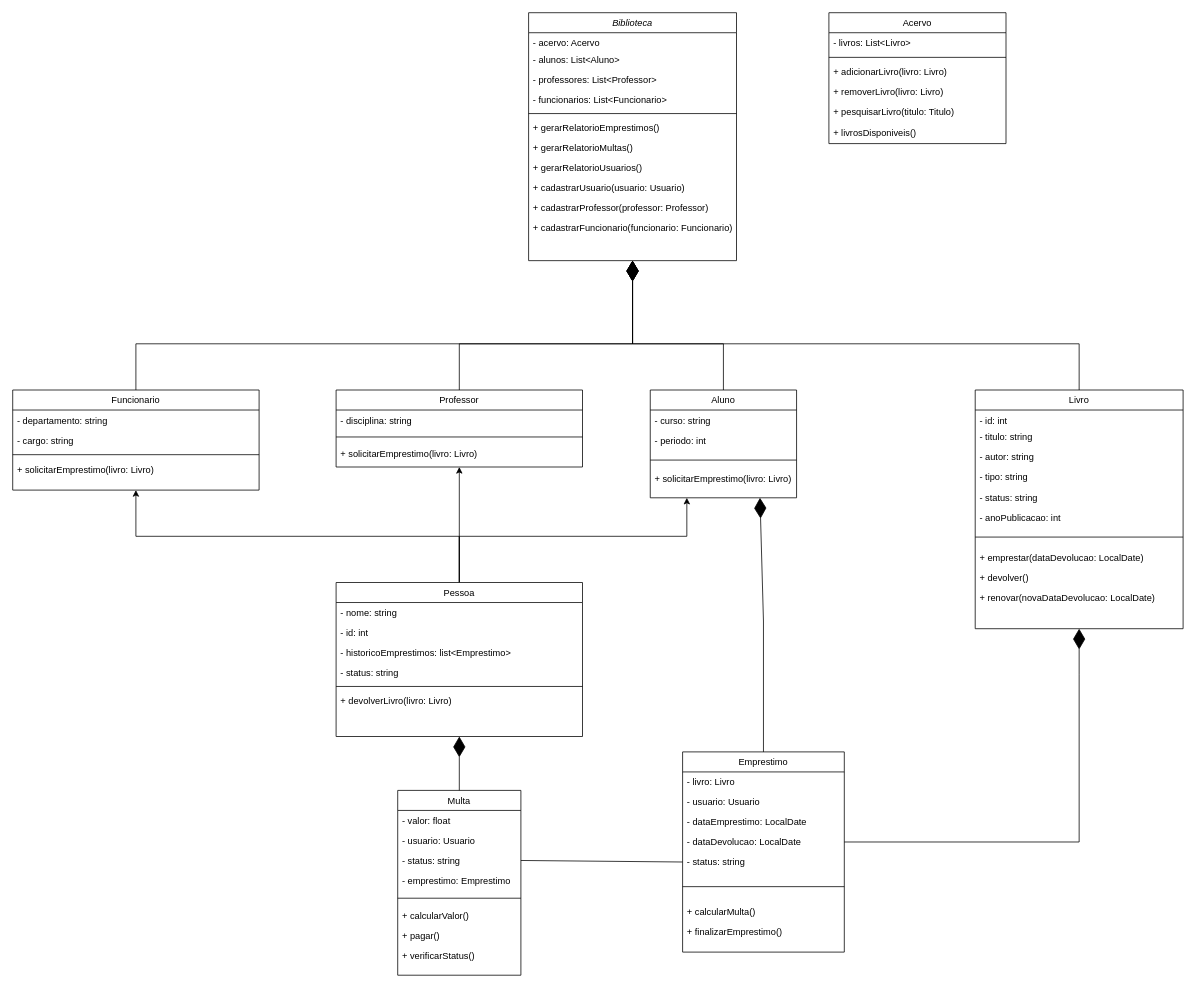
This is Diagrama sem nome.drawio from KauanHK/biblioteca, a draw.io file, before an edit. Source tidied: cells renumbered, new cells numbered last; positions are measured from the earlier drawing's top-left corner, leaving out a move shared by most shapes. Both pictures are drawn from the tidied source at 77%, with x=0, y=0 at pixel (12, 12).
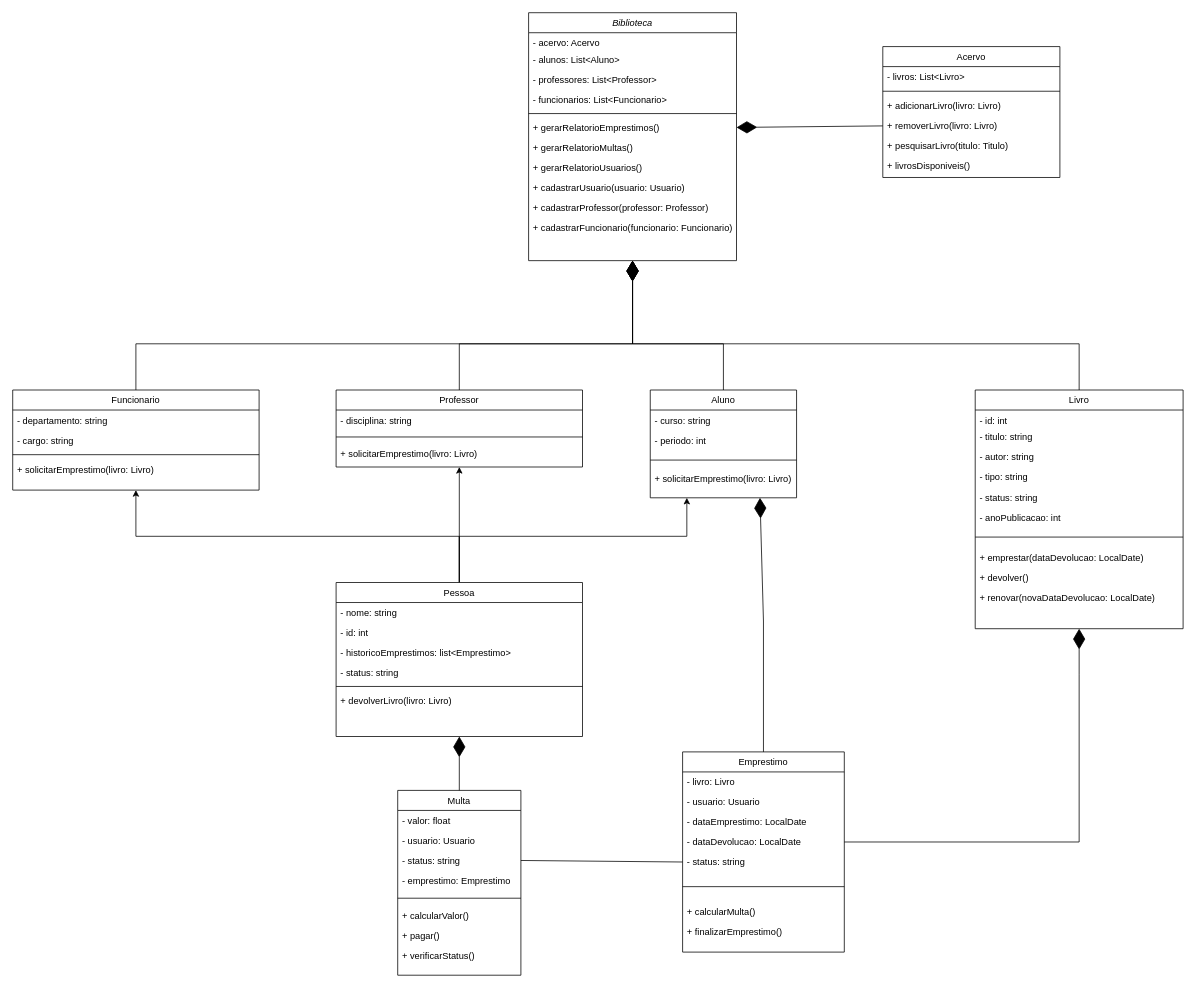
The same page after the edit.

The change refers to these unchanged cells:
```xml
<mxCell id="45" value="+ gerarRelatorioEmprestimos()" style="text;align=left;verticalAlign=top;spacingLeft=4;spacingRight=4;overflow=hidden;points=[[0,0.5],[1,0.5]];portConstraint=eastwest;" parent="39" vertex="1">
  <mxGeometry y="136" width="270" height="26" as="geometry" />
</mxCell>
<mxCell id="79" value="+ removerLivro(livro: Livro)" style="text;align=left;verticalAlign=top;spacingLeft=4;spacingRight=4;overflow=hidden;points=[[0,0.5],[1,0.5]];portConstraint=eastwest;" parent="75" vertex="1">
  <mxGeometry y="90" width="230" height="26" as="geometry" />
</mxCell>
```

Change to the diagram source:
```diff
@@
     <mxCell id="75" value="Acervo" style="swimlane;fontStyle=0;align=center;verticalAlign=top;horizontal=1;startSize=26;rounded=0;shadow=0;strokeWidth=1;" parent="1" vertex="1">
-      <mxGeometry x="1060" width="230" height="170" as="geometry" />
+      <mxGeometry x="1130" y="44" width="230" height="170" as="geometry" />
     </mxCell>
@@
+    <mxCell id="82" style="endArrow=diamondThin;endFill=1;endSize=24;html=1;rounded=0;exitX=0;exitY=0.5;exitDx=0;exitDy=0;entryX=1;entryY=0.5;entryDx=0;entryDy=0;" parent="1" edge="1" source="79" target="45">
+      <mxGeometry relative="1" as="geometry" />
+    </mxCell>
```
